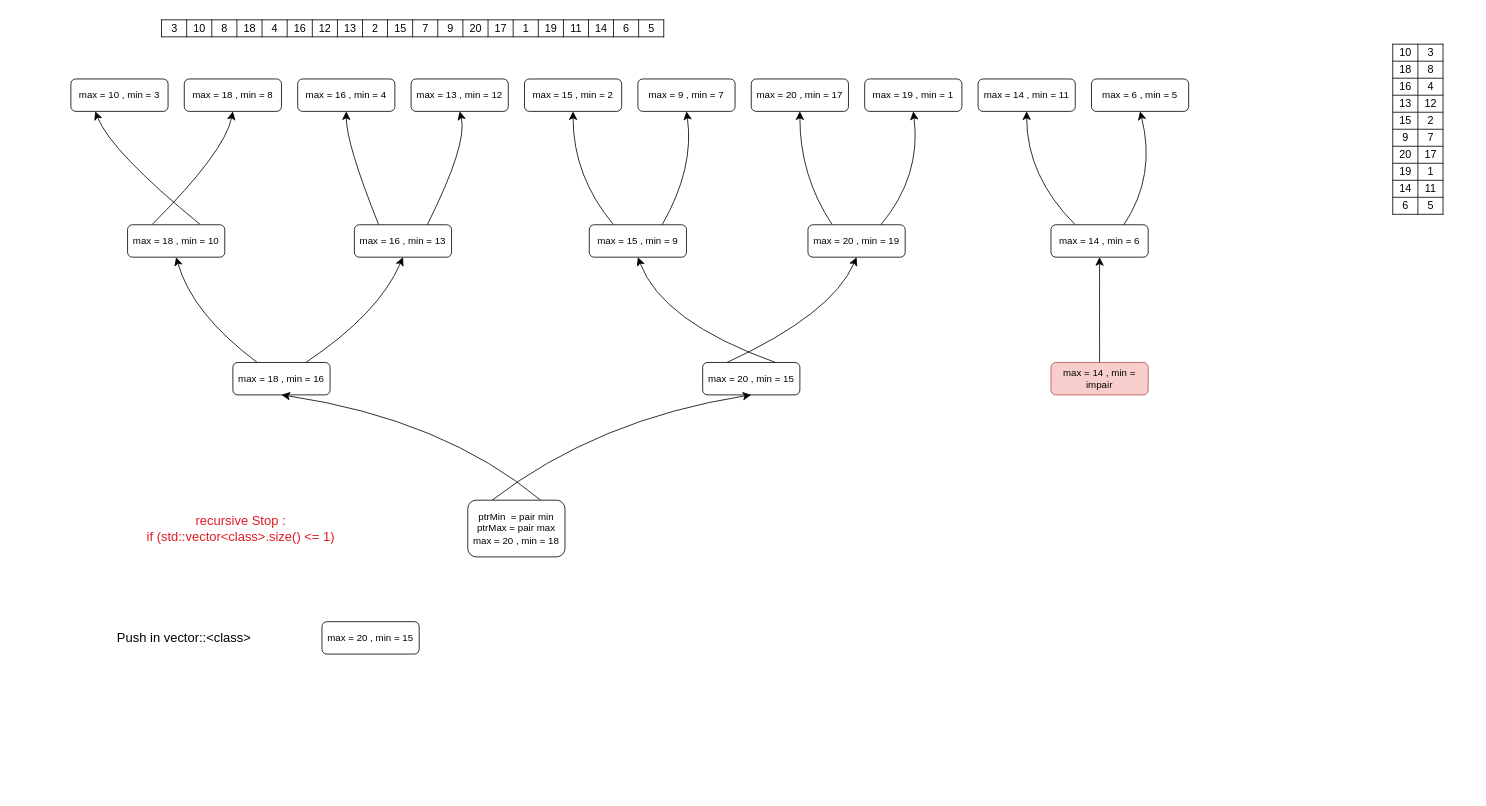
Earlier version of the draw.io diagram CPP-09.drawio (ArmandI0/CPP-42). Source tidied: cells renumbered, new cells numbered last; positions are measured from the earlier drawing's top-left corner, leaving out a move shared by most shapes. Both pictures are drawn from the tidied source at 81%, with x=0, y=0 at pixel (14, 14).
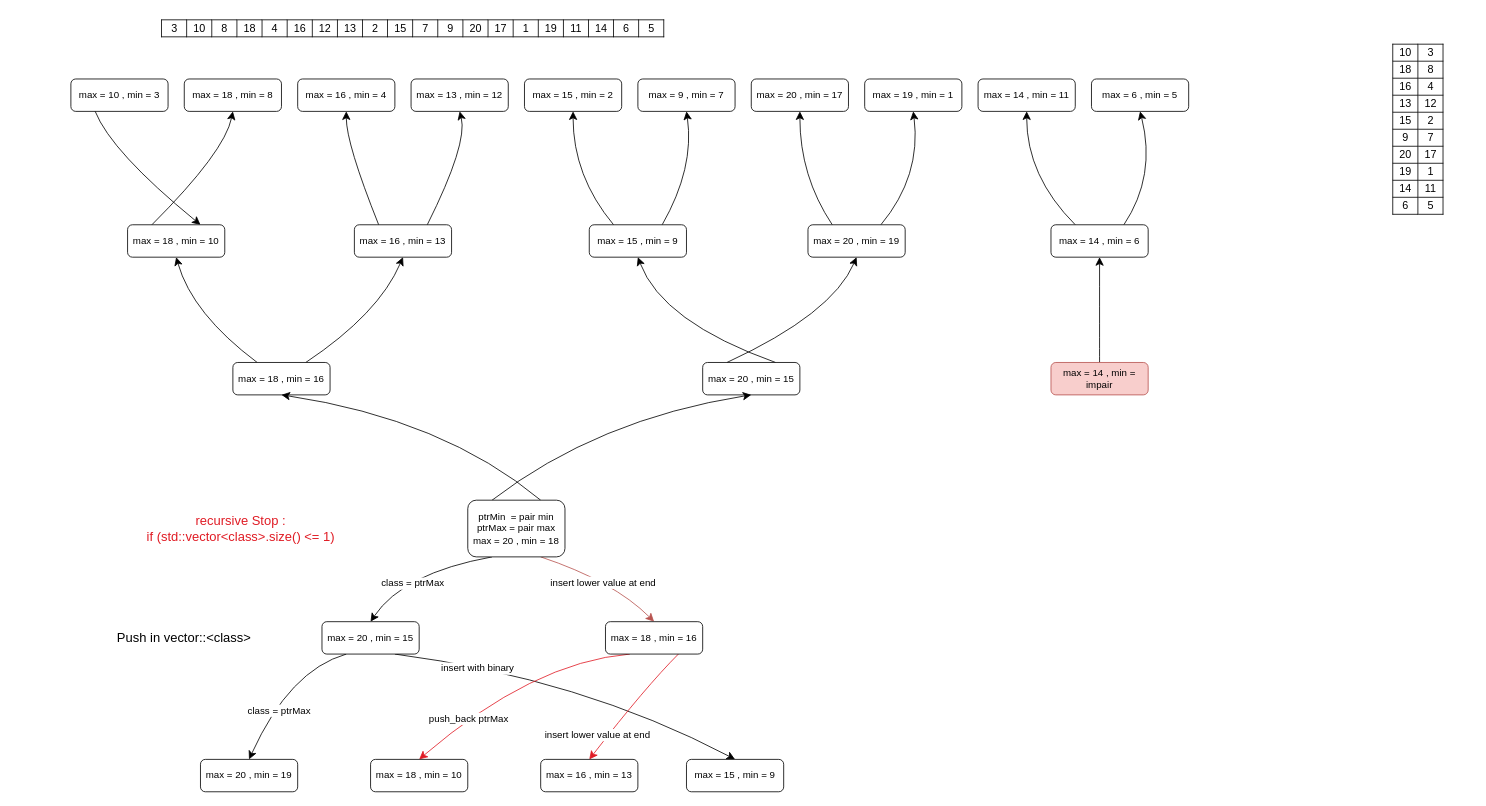
The same page after the edit.

Unchanged cells that the change refers to:
```xml
<mxCell id="3" value="&lt;div&gt;max = 10 , min = 3&lt;br&gt;&lt;/div&gt;" style="rounded=1;whiteSpace=wrap;html=1;" parent="1" vertex="1">
  <mxGeometry x="70" y="80" width="120" height="40" as="geometry" />
</mxCell>
<mxCell id="16" value="&lt;div&gt;max = 18 , min = 10&lt;br&gt;&lt;/div&gt;" style="rounded=1;whiteSpace=wrap;html=1;" parent="1" vertex="1">
  <mxGeometry x="140" y="260" width="120" height="40" as="geometry" />
</mxCell>
<mxCell id="39" value="&lt;div&gt;ptrMin&amp;nbsp; = pair min&lt;/div&gt;&lt;div&gt;ptrMax = pair max&lt;br&gt;&lt;/div&gt;&lt;div&gt;max = 20 , min = 18&lt;br&gt;&lt;/div&gt;" style="rounded=1;whiteSpace=wrap;html=1;" parent="1" vertex="1">
  <mxGeometry x="560" y="600" width="120" height="70" as="geometry" />
</mxCell>
<mxCell id="42" value="&lt;div&gt;max = 20 , min = 15&lt;br&gt;&lt;/div&gt;" style="rounded=1;whiteSpace=wrap;html=1;" parent="1" vertex="1">
  <mxGeometry x="380" y="750" width="120" height="40" as="geometry" />
</mxCell>
```

What changed in the source:
```diff
@@
-    <mxCell id="15" style="edgeStyle=none;curved=1;rounded=0;jettySize=auto;html=1;exitX=0.75;exitY=0;exitDx=0;exitDy=0;fontSize=12;startSize=8;endSize=8;entryX=0.25;entryY=1;entryDx=0;entryDy=0;" parent="1" edge="1" source="16" target="3">
+    <mxCell id="15" style="edgeStyle=none;curved=1;rounded=0;jettySize=auto;html=1;exitX=0.25;exitY=1;exitDx=0;exitDy=0;fontSize=12;startSize=8;endSize=8;entryX=0.75;entryY=0;entryDx=0;entryDy=0;" parent="1" edge="1" source="3" target="16">
       <mxGeometry relative="1" as="geometry">
         <Array as="points">
           <mxPoint x="120" y="170" />
         </Array>
       </mxGeometry>
     </mxCell>
@@
+    <mxCell id="43" style="edgeStyle=none;curved=1;rounded=0;jettySize=auto;html=1;exitX=0.25;exitY=1;exitDx=0;exitDy=0;entryX=0.5;entryY=0;entryDx=0;entryDy=0;fontSize=12;startSize=8;endSize=8;" parent="1" edge="1" source="39" target="42">
+      <mxGeometry relative="1" as="geometry">
+        <Array as="points">
+          <mxPoint x="480" y="690" />
+        </Array>
+      </mxGeometry>
+    </mxCell>
+    <mxCell id="44" value="class = ptrMax" style="edgeLabel;html=1;align=center;verticalAlign=middle;fontSize=12;" parent="43" vertex="1">
+      <mxGeometry x="0.11" y="14" relative="1" as="geometry">
+        <mxPoint x="-1" as="offset" />
+      </mxGeometry>
+    </mxCell>
+    <mxCell id="45" style="edgeStyle=none;curved=1;rounded=0;jettySize=auto;html=1;exitX=0.75;exitY=1;exitDx=0;exitDy=0;entryX=0.5;entryY=0;entryDx=0;entryDy=0;fontSize=12;startSize=8;endSize=8;fillColor=#f8cecc;strokeColor=#b85450;" parent="1" edge="1" source="39" target="55">
+      <mxGeometry relative="1" as="geometry">
+        <Array as="points">
+          <mxPoint x="740" y="700" />
+        </Array>
+      </mxGeometry>
+    </mxCell>
+    <mxCell id="46" value="insert lower value at end" style="edgeLabel;html=1;align=center;verticalAlign=middle;fontSize=12;" parent="45" vertex="1">
+      <mxGeometry y="-6" relative="1" as="geometry" />
+    </mxCell>
@@
+    <mxCell id="47" style="edgeStyle=none;curved=1;rounded=0;jettySize=auto;html=1;exitX=0.25;exitY=1;exitDx=0;exitDy=0;fontSize=12;startSize=8;endSize=8;entryX=0.5;entryY=0;entryDx=0;entryDy=0;" parent="1" edge="1" source="42" target="56">
+      <mxGeometry relative="1" as="geometry">
+        <Array as="points">
+          <mxPoint x="340" y="810" />
+        </Array>
+      </mxGeometry>
+    </mxCell>
+    <mxCell id="48" value="class = ptrMax" style="edgeLabel;html=1;align=center;verticalAlign=middle;fontSize=12;" parent="47" vertex="1">
+      <mxGeometry x="0.27" y="8" relative="1" as="geometry" />
+    </mxCell>
+    <mxCell id="49" style="edgeStyle=none;curved=1;rounded=0;jettySize=auto;html=1;exitX=0.75;exitY=1;exitDx=0;exitDy=0;entryX=0.5;entryY=0;entryDx=0;entryDy=0;fontSize=12;startSize=8;endSize=8;" parent="1" edge="1" source="42" target="59">
+      <mxGeometry relative="1" as="geometry">
+        <Array as="points">
+          <mxPoint x="700" y="820" />
+        </Array>
+      </mxGeometry>
+    </mxCell>
+    <mxCell id="50" value="insert with binary" style="edgeLabel;html=1;align=center;verticalAlign=middle;fontSize=12;" parent="49" vertex="1">
+      <mxGeometry x="-0.54" y="-4" relative="1" as="geometry" />
+    </mxCell>
@@
+    <mxCell id="51" style="edgeStyle=none;curved=1;rounded=0;jettySize=auto;html=1;exitX=0.25;exitY=1;exitDx=0;exitDy=0;entryX=0.5;entryY=0;entryDx=0;entryDy=0;fontSize=12;startSize=8;endSize=8;strokeColor=#E01B24;" parent="1" edge="1" source="55" target="57">
+      <mxGeometry relative="1" as="geometry">
+        <Array as="points">
+          <mxPoint x="640" y="800" />
+        </Array>
+      </mxGeometry>
+    </mxCell>
+    <mxCell id="52" value="push_back ptrMax" style="edgeLabel;html=1;align=center;verticalAlign=middle;fontSize=12;" parent="51" vertex="1">
+      <mxGeometry x="0.06" y="14" relative="1" as="geometry">
+        <mxPoint x="-57" y="32" as="offset" />
+      </mxGeometry>
+    </mxCell>
+    <mxCell id="53" style="edgeStyle=none;curved=1;rounded=0;jettySize=auto;html=1;exitX=0.75;exitY=1;exitDx=0;exitDy=0;entryX=0.5;entryY=0;entryDx=0;entryDy=0;fontSize=12;startSize=8;endSize=8;strokeColor=#E01B24;" parent="1" edge="1" source="55" target="58">
+      <mxGeometry relative="1" as="geometry">
+        <Array as="points">
+          <mxPoint x="780" y="830" />
+        </Array>
+      </mxGeometry>
+    </mxCell>
+    <mxCell id="54" value="insert lower value at end" style="edgeLabel;html=1;align=center;verticalAlign=middle;fontSize=12;" parent="53" vertex="1">
+      <mxGeometry x="-0.21" y="4" relative="1" as="geometry">
+        <mxPoint x="-57" y="49" as="offset" />
+      </mxGeometry>
+    </mxCell>
+    <mxCell id="55" value="&lt;div&gt;max = 18 , min = 16&lt;br&gt;&lt;/div&gt;" style="rounded=1;whiteSpace=wrap;html=1;" parent="1" vertex="1">
+      <mxGeometry x="730" y="750" width="120" height="40" as="geometry" />
+    </mxCell>
+    <mxCell id="56" value="&lt;div&gt;max = 20 , min = 19&lt;br&gt;&lt;/div&gt;" style="rounded=1;whiteSpace=wrap;html=1;" parent="1" vertex="1">
+      <mxGeometry x="230" y="920" width="120" height="40" as="geometry" />
+    </mxCell>
+    <mxCell id="57" value="&lt;div&gt;max = 18 , min = 10&lt;br&gt;&lt;/div&gt;" style="rounded=1;whiteSpace=wrap;html=1;" parent="1" vertex="1">
+      <mxGeometry x="440" y="920" width="120" height="40" as="geometry" />
+    </mxCell>
+    <mxCell id="58" value="&lt;div&gt;max = 16 , min = 13&lt;br&gt;&lt;/div&gt;" style="rounded=1;whiteSpace=wrap;html=1;" parent="1" vertex="1">
+      <mxGeometry x="650" y="920" width="120" height="40" as="geometry" />
+    </mxCell>
+    <mxCell id="59" value="&lt;div&gt;max = 15 , min = 9&lt;br&gt;&lt;/div&gt;" style="rounded=1;whiteSpace=wrap;html=1;" parent="1" vertex="1">
+      <mxGeometry x="830" y="920" width="120" height="40" as="geometry" />
+    </mxCell>
```
